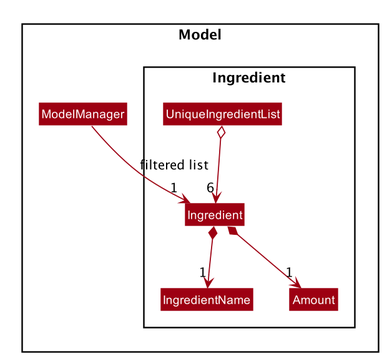
Above: docs/images/IngredientModelClassDiagram.png in nus-cs2103-AY2021S1/tp (PlantUML), before the change. Its source is kept beside it as docs/diagrams/IngredientModelClassDiagram.puml. Source of this version:
```plantuml
@startuml
!include style.puml
skinparam arrowThickness 1.1
skinparam arrowColor MODEL_COLOR
skinparam classBackgroundColor MODEL_COLOR

Package Model <<Rectangle>>{

Class ModelManager

Package Ingredient {
Class Ingredient
Class IngredientName
Class Amount
Class UniqueIngredientList
}


UniqueIngredientList o--> "6" Ingredient
Ingredient *--> "1" IngredientName
Ingredient *--> "1" Amount


ModelManager -->"1" Ingredient : filtered list
@enduml
```
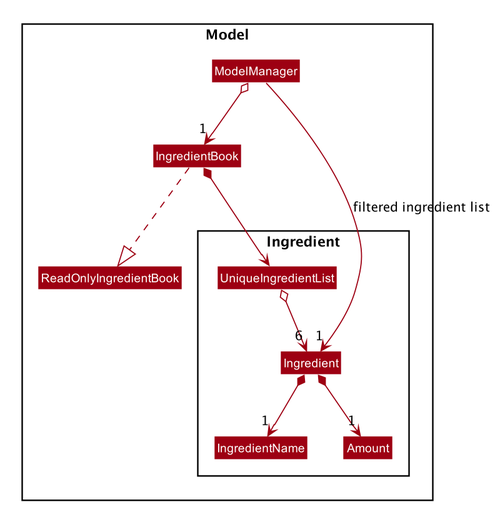
After the commit.

Commit message:
Update model diagram and resolve language issues

Diff of the diagram source:
```diff
@@ -7,6 +7,8 @@
 Package Model <<Rectangle>>{
 
 Class ModelManager
+Class IngredientBook
+Class ReadOnlyIngredientBook
 
 Package Ingredient {
 Class Ingredient
@@ -19,7 +21,10 @@
 UniqueIngredientList o--> "6" Ingredient
 Ingredient *--> "1" IngredientName
 Ingredient *--> "1" Amount
+ModelManager o--> "1" IngredientBook
+IngredientBook ..|> ReadOnlyIngredientBook
+IngredientBook *--> UniqueIngredientList
 
 
-ModelManager -->"1" Ingredient : filtered list
+ModelManager -->"1" Ingredient : filtered ingredient list
 @enduml
```
